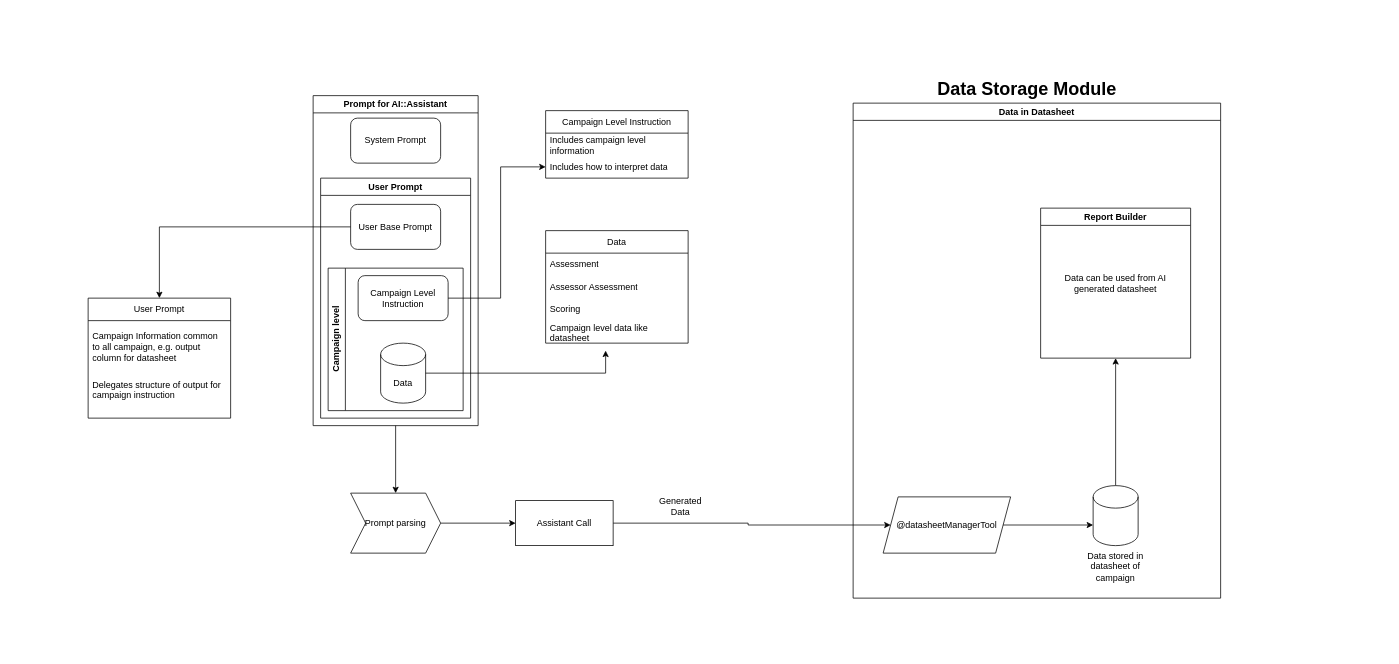
Earlier version of the draw.io diagram Untitled Diagram.drawio (sritabh/scripts-repository). Source tidied: cells renumbered, new cells numbered last; positions are measured from the earlier drawing's top-left corner, leaving out a move shared by most shapes. Both pictures are drawn from the tidied source at 75%, with x=0, y=0 at pixel (88, 81).
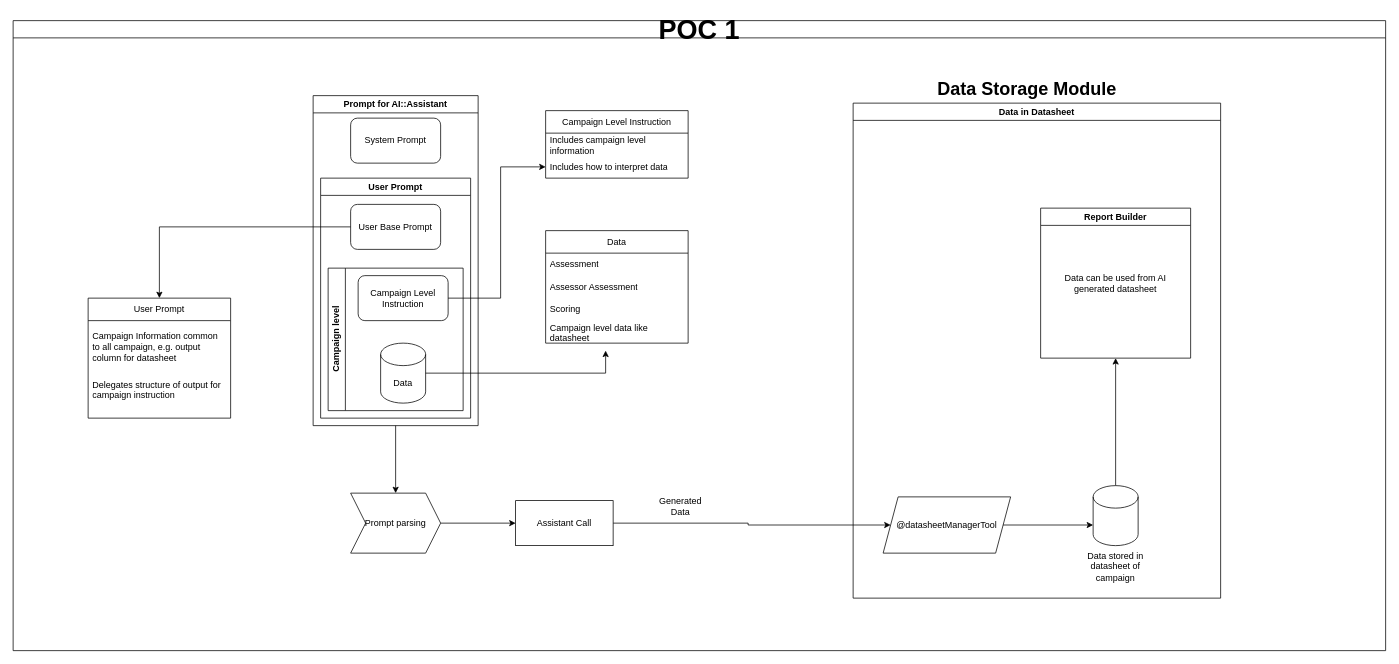
After the change.

Diff of the diagram source:
```diff
@@
+    <mxCell id="39" value="&lt;font style=&quot;font-size: 36px;&quot;&gt;POC 1&lt;/font&gt;" style="swimlane;whiteSpace=wrap;html=1;" parent="1" vertex="1">
+      <mxGeometry x="-100" y="-81" width="1830" height="840" as="geometry" />
+    </mxCell>
```
